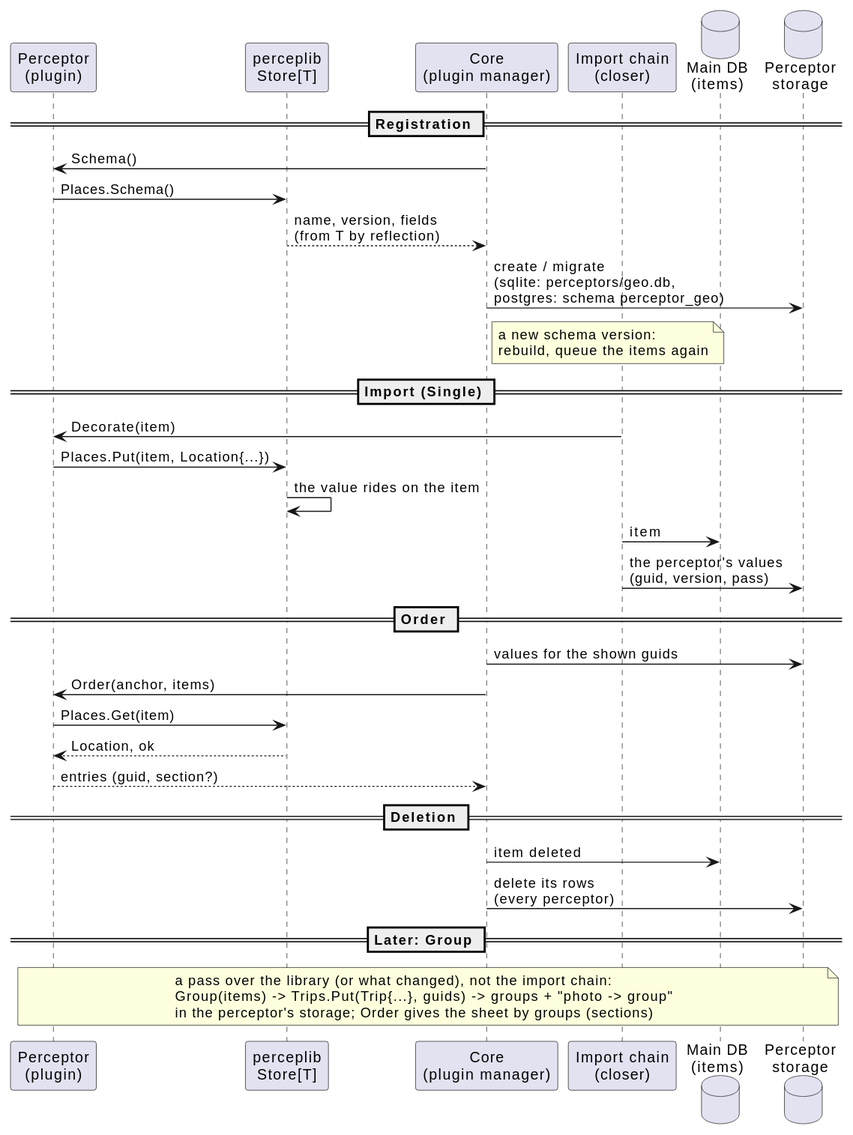
This is _sb/diagrams/Perceptor data.svg from eggs-gd/Perceptrail, a PlantUML export, as it was before one commit.
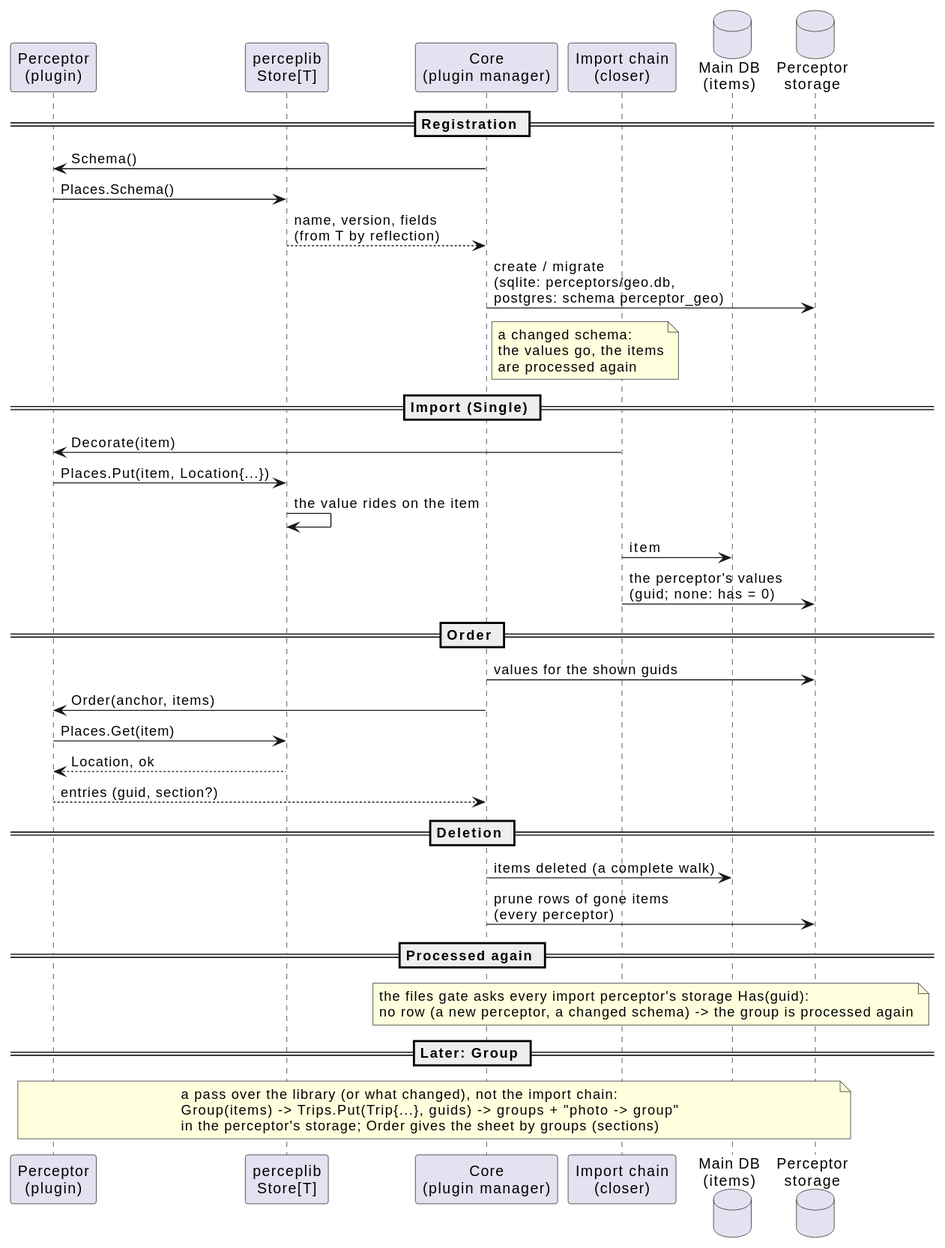
The same file after the commit.

Commit message:
docs: perceptor data as implemented; geo

What changed in the source:
```diff
@@ -12,14 +12,14 @@
 P -> S: Places.Schema()
 S --> Core: name, version, fields\n(from T by reflection)
 Core -> PDB: create / migrate\n(sqlite: perceptors/geo.db,\npostgres: schema perceptor_geo)
-note right of Core: a new schema version:\nrebuild, queue the items again
+note right of Core: a changed schema:\nthe values go, the items\nare processed again
 
 == Import (Single) ==
 Chain -> P: Decorate(item)
 P -> S: Places.Put(item, Location{...})
 S -> S: the value rides on the item
 Chain -> DB: item
-Chain -> PDB: the perceptor's values\n(guid, version, pass)
+Chain -> PDB: the perceptor's values\n(guid; none: has = 0)
 
 == Order ==
 Core -> PDB: values for the shown guids
@@ -29,8 +29,11 @@
 P --> Core: entries (guid, section?)
 
 == Deletion ==
-Core -> DB: item deleted
-Core -> PDB: delete its rows\n(every perceptor)
+Core -> DB: items deleted (a complete walk)
+Core -> PDB: prune rows of gone items\n(every perceptor)
+
+== Processed again ==
+note over Core, PDB: the files gate asks every import perceptor's storage Has(guid):\nno row (a new perceptor, a changed schema) -> the group is processed again
 
 == Later: Group ==
 note over P, PDB: a pass over the library (or what changed), not the import chain:\nGroup(items) -> Trips.Put(Trip{...}, guids) -> groups + "photo -> group"\nin the perceptor's storage; Order gives the sheet by groups (sections)
```
